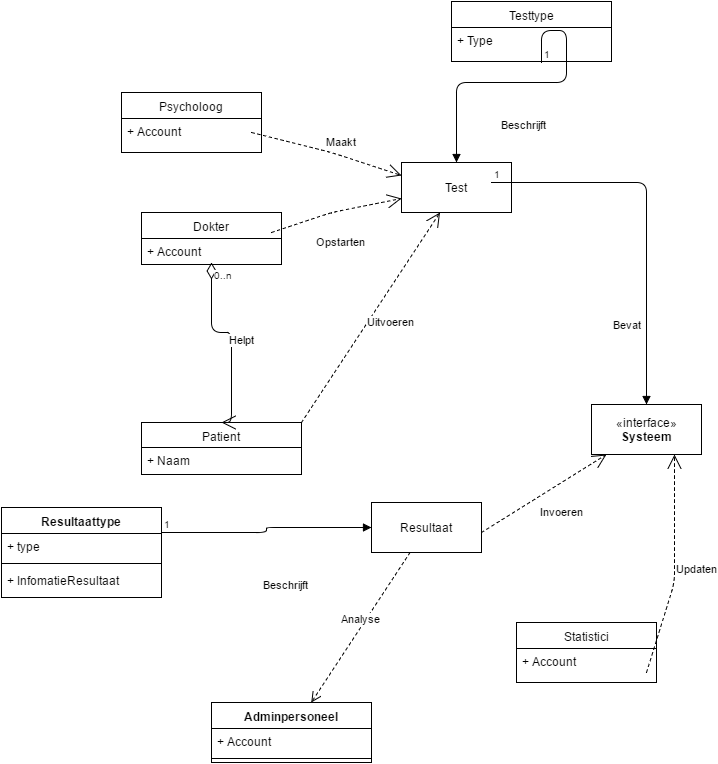
This is opdracht 1/DML(UML).png from Borilium/software-engineering-oplossingen, a draw.io export, as it was before one commit. Source tidied: cells renumbered, new cells last; positions are measured from the earlier drawing's top-left corner, leaving out a move shared by most shapes.
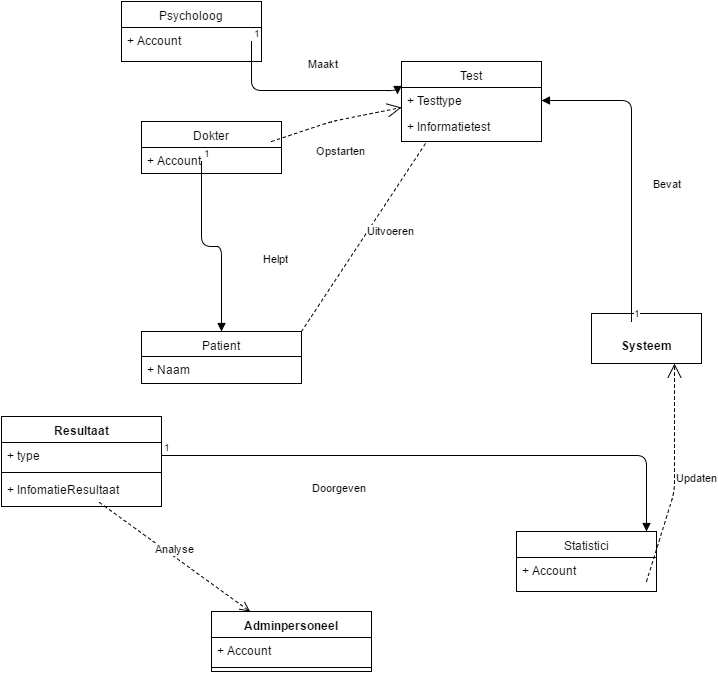
Later version of the same file.

Commit message:
verandering in gebracht

Diff of the diagram source:
```diff
@@ -8,21 +8,25 @@
     <mxCell id="3" value="+ Account" style="text;html=1;strokeColor=none;fillColor=none;align=left;verticalAlign=top;spacingLeft=4;spacingRight=4;whiteSpace=wrap;overflow=hidden;" parent="2" vertex="1">
       <mxGeometry y="26" width="140" height="26" as="geometry" />
     </mxCell>
-    <mxCell id="4" value="Maakt" style="endArrow=open;endSize=12;dashed=1;html=1;entryX=0;entryY=0.25;" parent="2" edge="1" target="13">
-      <mxGeometry x="0.06" y="14" relative="1" as="geometry">
+    <mxCell id="4" value="Maakt" style="endArrow=block;endFill=1;html=1;edgeStyle=orthogonalEdgeStyle;align=left;verticalAlign=top;entryX=-0.029;entryY=0.269;entryPerimeter=0;" parent="2" edge="1" target="39">
+      <mxGeometry x="0.04" y="39" relative="1" as="geometry">
         <mxPoint x="130" y="40" as="sourcePoint" />
         <Array as="points">
-          <mxPoint x="210" y="60" />
+          <mxPoint x="130" y="89" />
+          <mxPoint x="276" y="89" />
         </Array>
-        <mxPoint x="6" y="3" as="offset" />
       </mxGeometry>
     </mxCell>
+    <mxCell id="37" value="1" style="html=1;align=left;verticalAlign=bottom;labelBackgroundColor=#ffffff;fontSize=10;" parent="4" vertex="1">
+      <mxGeometry x="-1" relative="1" as="geometry" />
+    </mxCell>
     <mxCell id="5" value="Dokter" style="swimlane;html=1;fontStyle=0;horizontal=1;startSize=26;fillColor=none;swimlaneFillColor=#ffffff;" parent="1" vertex="1">
       <mxGeometry x="140" y="211" width="140" height="52" as="geometry" />
     </mxCell>
-    <mxCell id="6" value="Opstarten" style="endArrow=open;endSize=12;dashed=1;html=1;" parent="5" edge="1" target="13">
+    <mxCell id="6" value="Opstarten" style="endArrow=open;endSize=12;dashed=1;html=1;" parent="5" edge="1">
       <mxGeometry y="-31" relative="1" as="geometry">
         <mxPoint x="130" y="20" as="sourcePoint" />
+        <mxPoint x="260" y="-14" as="targetPoint" />
         <Array as="points">
           <mxPoint x="190" />
         </Array>
@@ -31,42 +35,30 @@
     <mxCell id="7" value="+ Account" style="text;html=1;strokeColor=none;fillColor=none;align=left;verticalAlign=top;spacingLeft=4;spacingRight=4;whiteSpace=wrap;overflow=hidden;" parent="5" vertex="1">
       <mxGeometry y="26" width="140" height="26" as="geometry" />
     </mxCell>
+    <mxCell id="10" value="Helpt" style="endArrow=block;endFill=1;html=1;edgeStyle=orthogonalEdgeStyle;align=left;verticalAlign=top;" parent="5" edge="1" target="8">
+      <mxGeometry x="0.11" y="40" relative="1" as="geometry">
+        <mxPoint x="60" y="40" as="sourcePoint" />
+        <Array as="points">
+          <mxPoint x="60" y="125" />
+          <mxPoint x="80" y="125" />
+        </Array>
+      </mxGeometry>
+    </mxCell>
+    <mxCell id="38" value="1" style="html=1;align=left;verticalAlign=bottom;labelBackgroundColor=#ffffff;fontSize=10;" parent="10" vertex="1">
+      <mxGeometry x="-1" relative="1" as="geometry" />
+    </mxCell>
     <mxCell id="8" value="Patient" style="swimlane;html=1;fontStyle=0;horizontal=1;startSize=25;fillColor=none;swimlaneFillColor=#ffffff;" parent="1" vertex="1">
       <mxGeometry x="140" y="421" width="160" height="52" as="geometry" />
     </mxCell>
     <mxCell id="9" value="+ Naam" style="text;html=1;strokeColor=none;fillColor=none;align=left;verticalAlign=top;spacingLeft=4;spacingRight=4;whiteSpace=wrap;overflow=hidden;" parent="8" vertex="1">
       <mxGeometry y="25" width="160" height="26" as="geometry" />
     </mxCell>
-    <mxCell id="10" value="Helpt" style="endArrow=open;html=1;endSize=12;startArrow=diamondThin;startSize=14;startFill=0;edgeStyle=orthogonalEdgeStyle;entryX=0.5;entryY=0;" parent="1" edge="1" target="8">
-      <mxGeometry x="0.12" y="14" relative="1" as="geometry">
-        <mxPoint x="210" y="261" as="sourcePoint" />
-        <Array as="points">
-          <mxPoint x="210" y="331" />
-          <mxPoint x="230" y="331" />
-        </Array>
-        <mxPoint x="-4" y="-10" as="offset" />
-      </mxGeometry>
-    </mxCell>
-    <mxCell id="11" value="0..n" style="html=1;align=left;verticalAlign=top;labelBackgroundColor=#ffffff;fontSize=10;" parent="10" vertex="1">
-      <mxGeometry x="-1" relative="1" as="geometry" />
-    </mxCell>
-    <mxCell id="12" style="html=1;align=right;verticalAlign=top;labelBackgroundColor=#ffffff;fontSize=10;" parent="10" vertex="1">
-      <mxGeometry x="1" relative="1" as="geometry" />
-    </mxCell>
-    <mxCell id="13" value="Test" style="html=1;" parent="1" vertex="1">
-      <mxGeometry x="400" y="161" width="110" height="50" as="geometry" />
-    </mxCell>
-    <mxCell id="14" value="Uitvoeren" style="endArrow=open;endSize=12;dashed=1;html=1;" parent="1" edge="1" target="13">
+    <mxCell id="14" value="Uitvoeren" style="endArrow=open;endSize=12;dashed=1;html=1;" parent="1" edge="1">
       <mxGeometry x="0.06" y="-20" relative="1" as="geometry">
         <mxPoint x="300" y="421" as="sourcePoint" />
+        <mxPoint x="438.5" y="211" as="targetPoint" />
       </mxGeometry>
     </mxCell>
-    <mxCell id="15" value="Testtype" style="swimlane;html=1;fontStyle=0;horizontal=1;startSize=26;fillColor=none;swimlaneFillColor=#ffffff;" parent="1" vertex="1">
-      <mxGeometry x="450" width="160" height="60" as="geometry" />
-    </mxCell>
-    <mxCell id="16" value="+ Type" style="text;html=1;strokeColor=none;fillColor=none;align=left;verticalAlign=top;spacingLeft=4;spacingRight=4;whiteSpace=wrap;overflow=hidden;points=[[0,0.5],[1,0.5]];portConstraint=eastwest;" parent="15" vertex="1">
-      <mxGeometry y="26" width="160" height="26" as="geometry" />
-    </mxCell>
     <mxCell id="17" value="Statistici" style="swimlane;html=1;fontStyle=0;horizontal=1;startSize=26;fillColor=none;swimlaneFillColor=#ffffff;" parent="1" vertex="1">
       <mxGeometry x="515" y="621" width="140" height="60" as="geometry" />
     </mxCell>
@@ -81,7 +73,7 @@
         </Array>
       </mxGeometry>
     </mxCell>
-    <mxCell id="20" value="«interface»&lt;br&gt;&lt;b&gt;Systeem&lt;/b&gt;" style="html=1;" parent="1" vertex="1">
+    <mxCell id="20" value="&lt;br&gt;&lt;b&gt;Systeem&lt;/b&gt;" style="html=1;" parent="1" vertex="1">
       <mxGeometry x="590" y="403" width="110" height="50" as="geometry" />
     </mxCell>
     <mxCell id="21" value="Adminpersoneel" style="swimlane;html=1;fontStyle=1;align=center;verticalAlign=top;horizontal=1;startSize=26;swimlaneFillColor=#ffffff;" parent="1" vertex="1">
@@ -93,24 +85,9 @@
     <mxCell id="23" style="line;html=1;strokeWidth=1;fillColor=none;align=left;verticalAlign=middle;spacingTop=-1;spacingLeft=3;spacingRight=3;labelPosition=right;" parent="21" vertex="1">
       <mxGeometry y="52" width="160" height="8" as="geometry" />
     </mxCell>
-    <mxCell id="24" value="Resultaat" style="html=1;" parent="1" vertex="1">
-      <mxGeometry x="370" y="501" width="110" height="50" as="geometry" />
-    </mxCell>
-    <mxCell id="25" value="Resultaattype" style="swimlane;html=1;fontStyle=1;align=center;verticalAlign=top;horizontal=1;startSize=26;swimlaneFillColor=#ffffff;" parent="1" vertex="1">
+    <mxCell id="25" value="Resultaat" style="swimlane;html=1;fontStyle=1;align=center;verticalAlign=top;horizontal=1;startSize=26;swimlaneFillColor=#ffffff;" parent="1" vertex="1">
       <mxGeometry y="506" width="160" height="90" as="geometry" />
     </mxCell>
-    <mxCell id="26" value="Beschrijft" style="endArrow=block;endFill=1;html=1;edgeStyle=orthogonalEdgeStyle;align=left;verticalAlign=top;" parent="25" edge="1" target="24">
-      <mxGeometry x="-0.07" y="-40" relative="1" as="geometry">
-        <mxPoint x="160" y="25" as="sourcePoint" />
-        <Array as="points">
-          <mxPoint x="265" y="25" />
-          <mxPoint x="265" y="20" />
-        </Array>
-      </mxGeometry>
-    </mxCell>
-    <mxCell id="27" value="1" style="html=1;align=left;verticalAlign=bottom;labelBackgroundColor=#ffffff;fontSize=10;" parent="26" vertex="1">
-      <mxGeometry x="-1" relative="1" as="geometry" />
-    </mxCell>
     <mxCell id="28" value="+ type" style="text;html=1;strokeColor=none;fillColor=none;align=left;verticalAlign=top;spacingLeft=4;spacingRight=4;whiteSpace=wrap;overflow=hidden;points=[[0,0.5],[1,0.5]];portConstraint=eastwest;" parent="25" vertex="1">
       <mxGeometry y="26" width="160" height="26" as="geometry" />
     </mxCell>
@@ -120,38 +97,38 @@
     <mxCell id="30" value="+ InfomatieResultaat" style="text;html=1;strokeColor=none;fillColor=none;align=left;verticalAlign=top;spacingLeft=4;spacingRight=4;whiteSpace=wrap;overflow=hidden;points=[[0,0.5],[1,0.5]];portConstraint=eastwest;" parent="25" vertex="1">
       <mxGeometry y="60" width="160" height="26" as="geometry" />
     </mxCell>
-    <mxCell id="31" value="Beschrijft" style="endArrow=block;endFill=1;html=1;edgeStyle=orthogonalEdgeStyle;align=left;verticalAlign=top;exitX=0.563;exitY=1.346;exitPerimeter=0;" parent="1" edge="1" source="16" target="13">
-      <mxGeometry x="530" y="73" as="geometry">
-        <Array as="points">
-          <mxPoint x="540" y="29" />
-          <mxPoint x="565" y="29" />
-          <mxPoint x="565" y="81" />
-          <mxPoint x="455" y="81" />
-        </Array>
-      </mxGeometry>
-    </mxCell>
-    <mxCell id="32" value="1" style="html=1;align=left;verticalAlign=bottom;labelBackgroundColor=#ffffff;fontSize=10;" parent="31" vertex="1">
-      <mxGeometry x="-1" relative="1" as="geometry" />
-    </mxCell>
-    <mxCell id="33" value="Analyse" style="html=1;verticalAlign=bottom;endArrow=open;dashed=1;endSize=8;" parent="1" edge="1" source="24" target="21">
+    <mxCell id="33" value="Analyse" style="html=1;verticalAlign=bottom;endArrow=open;dashed=1;endSize=8;" parent="1" edge="1" source="30" target="21">
       <mxGeometry relative="1" as="geometry" />
     </mxCell>
-    <mxCell id="34" value="Invoeren" style="endArrow=open;endSize=12;dashed=1;html=1;" parent="1" edge="1" target="20">
-      <mxGeometry x="0.07" y="-25" relative="1" as="geometry">
-        <mxPoint x="480" y="531" as="sourcePoint" />
-        <mxPoint x="1" as="offset" />
-      </mxGeometry>
-    </mxCell>
+    <mxCell id="13" value="Test" style="swimlane;html=1;fontStyle=0;horizontal=1;startSize=26;fillColor=none;swimlaneFillColor=#ffffff;" parent="1" vertex="1">
+      <mxGeometry x="400" y="151" width="140" height="80" as="geometry" />
+    </mxCell>
+    <mxCell id="39" value="+ Testtype" style="text;html=1;strokeColor=none;fillColor=none;align=left;verticalAlign=top;spacingLeft=4;spacingRight=4;whiteSpace=wrap;overflow=hidden;points=[[0,0.5],[1,0.5]];portConstraint=eastwest;" parent="13" vertex="1">
+      <mxGeometry y="26" width="140" height="26" as="geometry" />
+    </mxCell>
+    <mxCell id="40" value="+ Informatietest" style="text;html=1;strokeColor=none;fillColor=none;align=left;verticalAlign=top;spacingLeft=4;spacingRight=4;whiteSpace=wrap;overflow=hidden;" parent="13" vertex="1">
+      <mxGeometry y="52" width="140" height="26" as="geometry" />
+    </mxCell>
-    <mxCell id="35" value="Bevat" style="endArrow=block;endFill=1;html=1;edgeStyle=orthogonalEdgeStyle;align=left;verticalAlign=top;" parent="1" edge="1" target="20">
-      <mxGeometry x="0.51" y="-35" relative="1" as="geometry">
-        <mxPoint x="490" y="181" as="sourcePoint" />
+    <mxCell id="35" value="Bevat" style="endArrow=block;endFill=1;html=1;edgeStyle=orthogonalEdgeStyle;align=left;verticalAlign=top;" parent="1" edge="1" target="39">
+      <mxGeometry x="-0.04" y="-20" relative="1" as="geometry">
+        <mxPoint x="630" y="411" as="sourcePoint" />
         <Array as="points">
-          <mxPoint x="645" y="181" />
+          <mxPoint x="630" y="190" />
         </Array>
       </mxGeometry>
     </mxCell>
-    <mxCell id="36" value="1" style="html=1;align=left;verticalAlign=bottom;labelBackgroundColor=#ffffff;fontSize=10;" parent="35" vertex="1">
-      <mxGeometry x="-1" relative="1" as="geometry" />
-    </mxCell>
+    <mxCell id="41" value="1" style="html=1;align=left;verticalAlign=bottom;labelBackgroundColor=#ffffff;fontSize=10;" parent="35" vertex="1">
+      <mxGeometry x="-1" relative="1" as="geometry" />
+    </mxCell>
+    <mxCell id="42" value="Doorgeven" style="endArrow=block;endFill=1;html=1;edgeStyle=orthogonalEdgeStyle;align=left;verticalAlign=top;" parent="1" edge="1" source="28" target="17">
+      <mxGeometry x="-0.47" y="-20" relative="1" as="geometry">
+        <Array as="points">
+          <mxPoint x="645" y="545" />
+        </Array>
+      </mxGeometry>
+    </mxCell>
+    <mxCell id="43" value="1" style="html=1;align=left;verticalAlign=bottom;labelBackgroundColor=#ffffff;fontSize=10;" parent="42" vertex="1">
+      <mxGeometry x="-1" relative="1" as="geometry" />
+    </mxCell>
   </root>
 </mxGraphModel>
```
